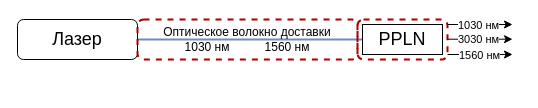
3dsoundfromtagan/Russian-Phd-LaTeX-Dissertation-Template keeps this draw.io diagram as Presentation/images/problem.drawio. Above is the earlier version. Source tidied: cells renumbered, new cells numbered last; positions are measured from the earlier drawing's top-left corner, leaving out a move shared by most shapes. Both pictures are drawn from the tidied source at 100%, with x=0, y=0 at pixel (17, 19).
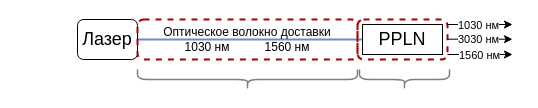
The same page after the edit.

The edit, as a diff of the source:
```diff
@@
 <mxGraphModel>
   <root>
     <mxCell id="0" />
     <mxCell id="1" parent="0" />
     <mxCell id="2" style="edgeStyle=orthogonalEdgeStyle;rounded=0;jettySize=auto;html=1;exitX=1;exitY=0.5;exitDx=0;exitDy=0;entryX=0;entryY=0.5;entryDx=0;entryDy=0;fillColor=#dae8fc;strokeColor=#6c8ebf;endArrow=none;endFill=0;strokeWidth=2;" parent="1" edge="1" source="3" target="6">
       <mxGeometry relative="1" as="geometry" />
     </mxCell>
     <mxCell id="3" value="&lt;font style=&quot;font-size: 18px;&quot;&gt;Лазер&lt;/font&gt;" style="rounded=1;whiteSpace=wrap;html=1;" parent="1" vertex="1">
-      <mxGeometry width="120" height="40" as="geometry" />
+      <mxGeometry x="60" width="60" height="40" as="geometry" />
     </mxCell>
     <mxCell id="4" value="Оптическое волокно доставки&lt;div&gt;1030 нм&lt;span style=&quot;white-space: pre;&quot;&gt;&#9;&lt;/span&gt;&lt;span style=&quot;white-space: pre;&quot;&gt;&#9;&lt;/span&gt;1560 нм&lt;/div&gt;" style="whiteSpace=wrap;html=1;rounded=1;dashed=1;fillColor=none;strokeColor=#AE0000;strokeWidth=2;" parent="1" vertex="1">
       <mxGeometry x="120" width="220" height="40" as="geometry" />
     </mxCell>
     <mxCell id="5" style="whiteSpace=wrap;html=1;rounded=1;dashed=1;fillColor=none;strokeColor=#AE0000;strokeWidth=2;" parent="1" vertex="1">
       <mxGeometry x="340" width="90" height="40" as="geometry" />
     </mxCell>
     <mxCell id="6" value="&lt;font style=&quot;font-size: 18px;&quot;&gt;PPLN&lt;/font&gt;" style="rounded=0;whiteSpace=wrap;html=1;" parent="1" vertex="1">
       <mxGeometry x="345" y="5" width="80" height="30" as="geometry" />
     </mxCell>
     <mxCell id="7" style="endArrow=classic;html=1;rounded=0;" parent="1" edge="1">
       <mxGeometry relative="1" as="geometry">
         <mxPoint x="430" y="5" as="sourcePoint" />
         <mxPoint x="495" y="5" as="targetPoint" />
       </mxGeometry>
     </mxCell>
     <mxCell id="8" value="1030 нм" style="edgeLabel;html=1;align=center;verticalAlign=middle;" parent="7" vertex="1">
       <mxGeometry x="0.1" y="2" relative="1" as="geometry">
         <mxPoint x="-6" y="2" as="offset" />
       </mxGeometry>
     </mxCell>
     <mxCell id="9" style="endArrow=classic;html=1;rounded=0;" parent="1" edge="1">
       <mxGeometry relative="1" as="geometry">
         <mxPoint x="430" y="19.7" as="sourcePoint" />
         <mxPoint x="495" y="19.7" as="targetPoint" />
       </mxGeometry>
     </mxCell>
     <mxCell id="10" value="3030 нм" style="edgeLabel;html=1;align=center;verticalAlign=middle;" parent="9" vertex="1">
       <mxGeometry x="0.1" y="2" relative="1" as="geometry">
         <mxPoint x="-6" y="2" as="offset" />
       </mxGeometry>
     </mxCell>
     <mxCell id="11" style="endArrow=classic;html=1;rounded=0;" parent="1" edge="1">
       <mxGeometry relative="1" as="geometry">
         <mxPoint x="430" y="35" as="sourcePoint" />
         <mxPoint x="495" y="35" as="targetPoint" />
       </mxGeometry>
     </mxCell>
     <mxCell id="12" value="1560 нм" style="edgeLabel;html=1;align=center;verticalAlign=middle;" parent="11" vertex="1">
       <mxGeometry x="0.31" y="-1" relative="1" as="geometry">
         <mxPoint x="-12" y="-1" as="offset" />
       </mxGeometry>
     </mxCell>
+    <mxCell id="13" style="shape=curlyBracket;whiteSpace=wrap;html=1;rounded=1;flipH=1;labelPosition=right;verticalLabelPosition=middle;align=left;verticalAlign=middle;legacyAnchorPoints=0;rotation=90;size=0.5;strokeWidth=1.5;opacity=50;" parent="1" vertex="1">
+      <mxGeometry x="220" y="-50" width="20" height="220" as="geometry" />
+    </mxCell>
+    <mxCell id="14" style="shape=curlyBracket;whiteSpace=wrap;html=1;rounded=1;flipH=1;labelPosition=right;verticalLabelPosition=middle;align=left;verticalAlign=middle;legacyAnchorPoints=0;rotation=90;size=0.5;strokeWidth=1.5;opacity=50;" parent="1" vertex="1">
+      <mxGeometry x="377" y="15" width="20" height="90" as="geometry" />
+    </mxCell>
   </root>
 </mxGraphModel>
```
